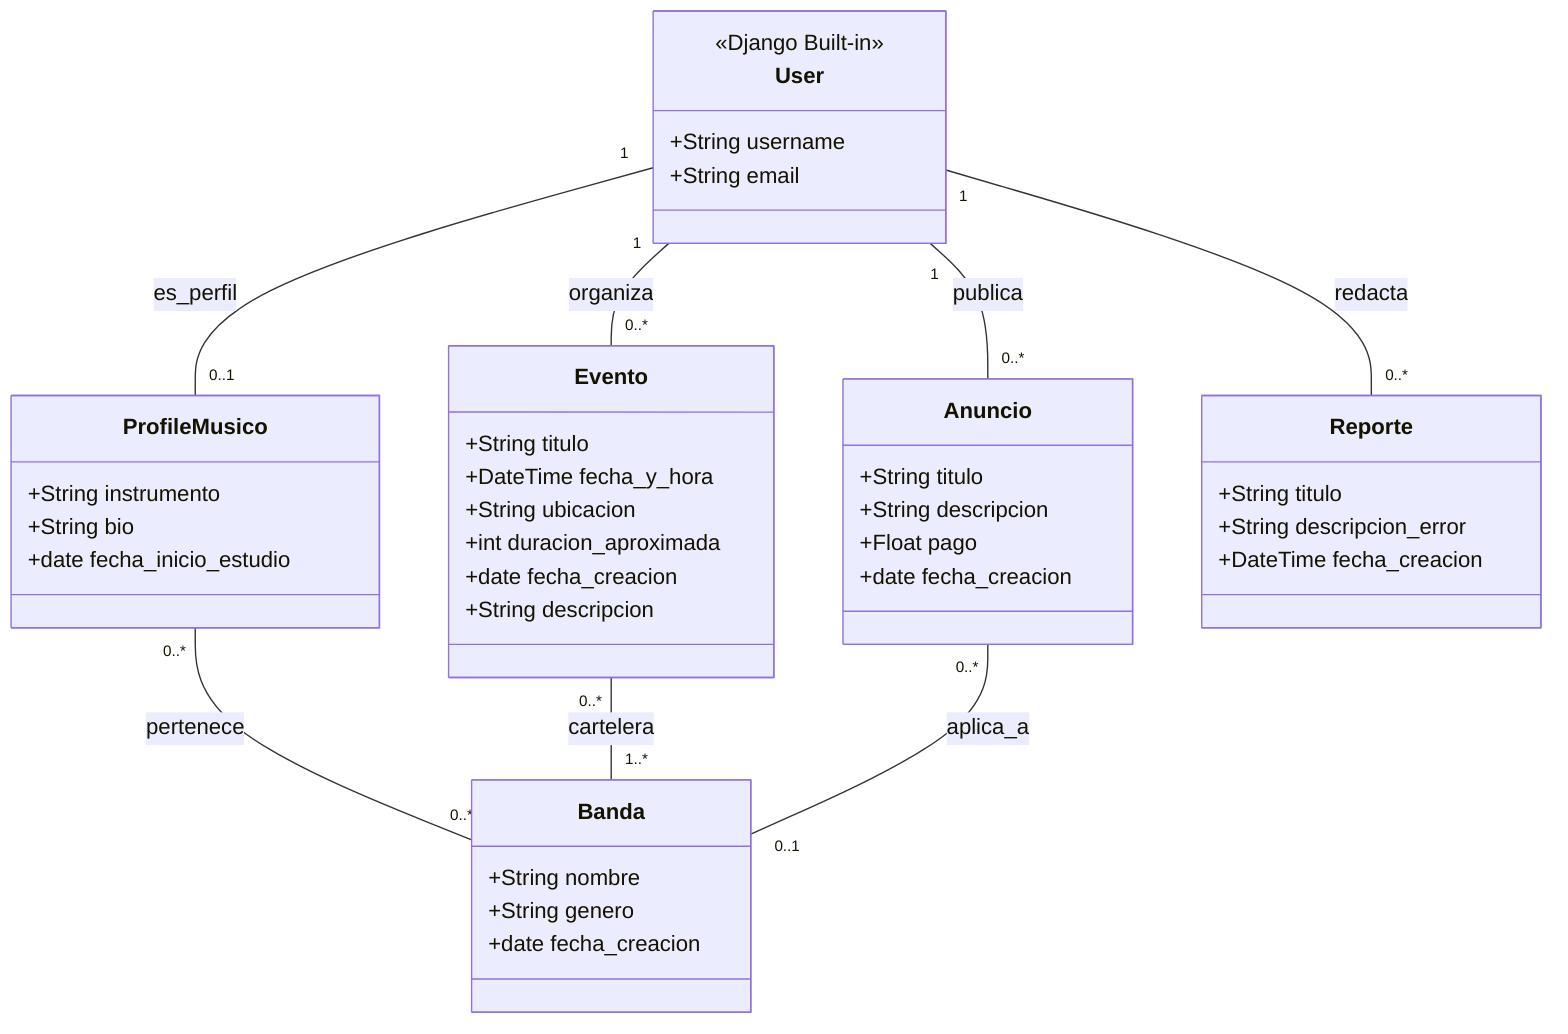
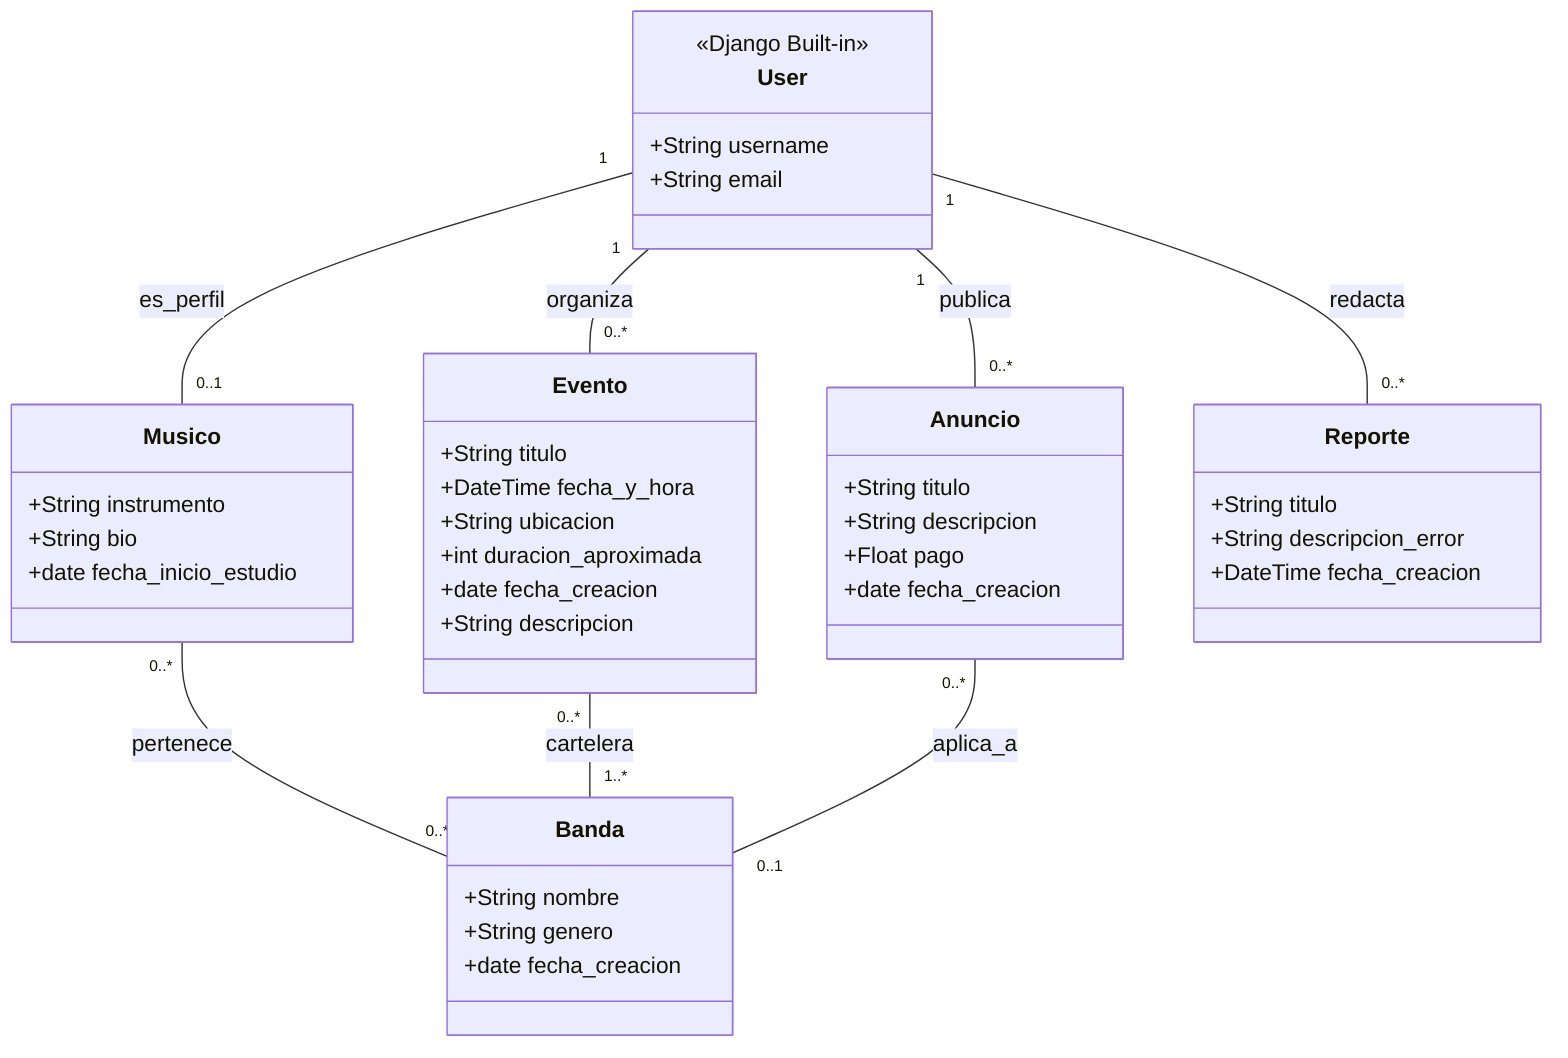
classDiagram
    class User {
        <<Django Built-in>>
        +String username
        +String email
    }
-     class ProfileMusico {
+     class Musico {
        +String instrumento
        +String bio
        +date fecha_inicio_estudio
    }
    class Banda {
        +String nombre
        +String genero
        +date fecha_creacion
    }
    class Evento {
        +String titulo
        +DateTime fecha_y_hora
        +String ubicacion
        +int duracion_aproximada
        +date fecha_creacion
        +String descripcion
    }
    class Anuncio {
        +String titulo
        +String descripcion
        +Float pago
        +date fecha_creacion
    }
    class Reporte {
        +String titulo
        +String descripcion_error
        +DateTime fecha_creacion
    }

-     User "1" -- "0..1" ProfileMusico : es_perfil
+     User "1" -- "0..1" Musico : es_perfil
    User "1" -- "0..*" Evento : organiza
    User "1" -- "0..*" Anuncio : publica
    User "1" -- "0..*" Reporte : redacta

-     ProfileMusico "0..*" -- "0..*" Banda : pertenece
+     Musico "0..*" -- "0..*" Banda : pertenece
    Evento "0..*" -- "1..*" Banda : cartelera
    Anuncio "0..*" -- "0..1" Banda : aplica_a